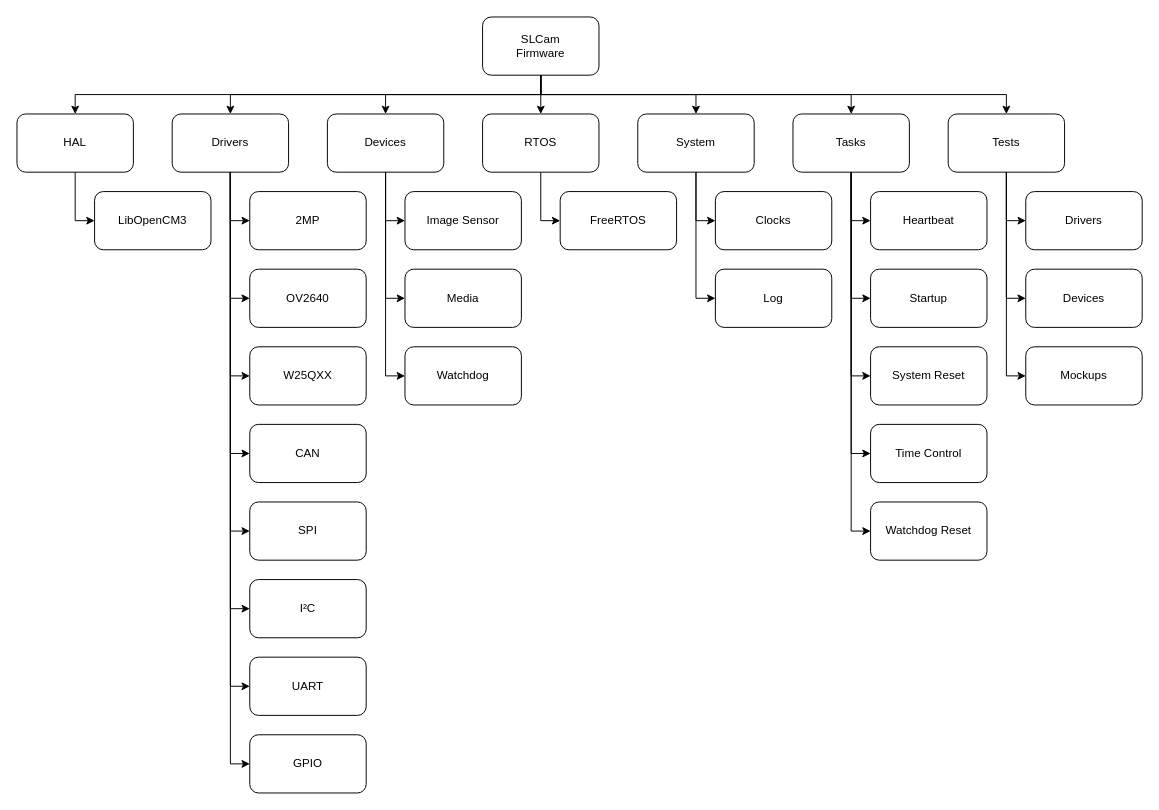
Before: docs/user_manual/img/product-tree-fw.drawio in PedroFerrariBarbosa202/slcam, a draw.io diagram. Source tidied: cells renumbered, new cells numbered last; positions are measured from the earlier drawing's top-left corner, leaving out a move shared by most shapes. Both pictures are drawn from the tidied source at 97%, with x=0, y=0 at pixel (16, 16).
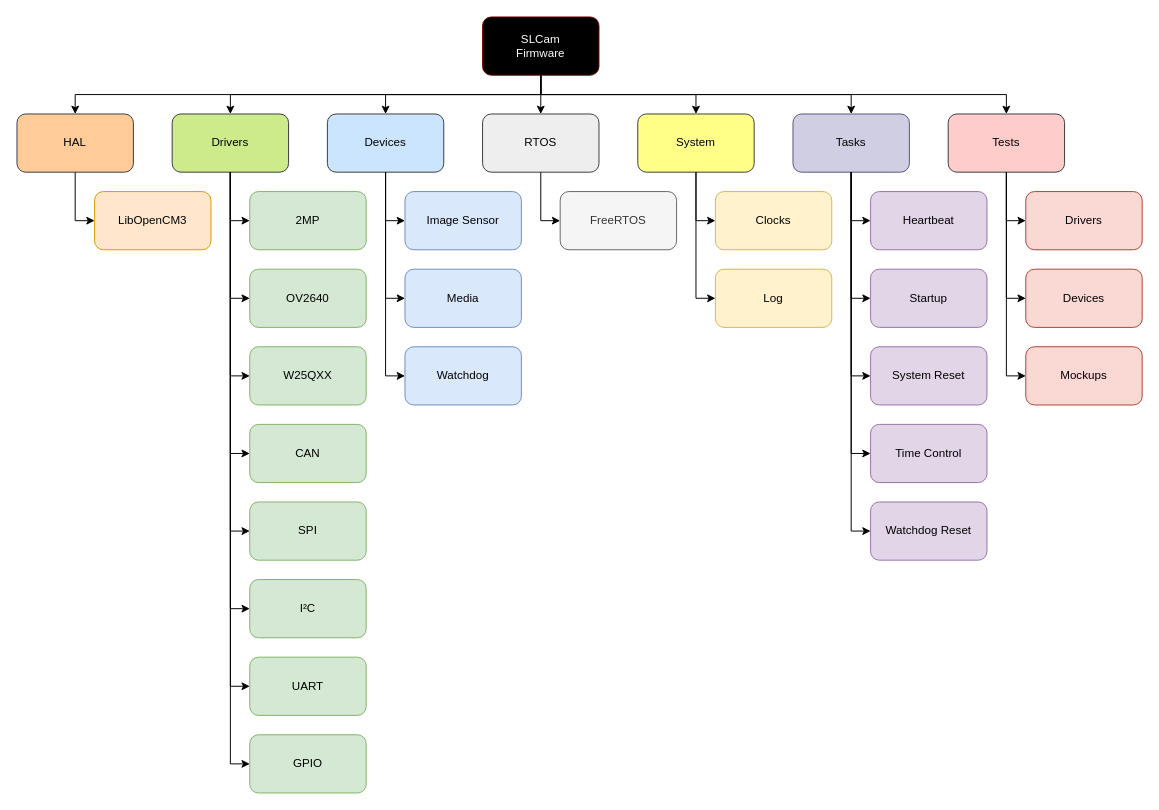
Above is the later version.

Commit message (it also covers changes not shown here):
docs: user_manual: Improving the description of the firmware project

Change to the diagram source:
```diff
@@
-    <mxCell id="2" value="SLCam&lt;div&gt;Firmware&lt;/div&gt;" style="rounded=1;whiteSpace=wrap;html=1;fillColor=none;" parent="1" vertex="1">
+    <mxCell id="2" value="SLCam&lt;div&gt;Firmware&lt;/div&gt;" style="rounded=1;whiteSpace=wrap;html=1;fillColor=light-dark(#000000, #ffadcd);fontColor=#ffffff;strokeColor=#6F0000;" parent="1" vertex="1">
       <mxGeometry x="480" width="120" height="60" as="geometry" />
     </mxCell>
-    <mxCell id="3" value="HAL" style="rounded=1;whiteSpace=wrap;html=1;fillColor=none;" parent="1" vertex="1">
+    <mxCell id="3" value="HAL" style="rounded=1;whiteSpace=wrap;html=1;fillColor=#ffcc99;strokeColor=#36393d;" parent="1" vertex="1">
       <mxGeometry y="100" width="120" height="60" as="geometry" />
     </mxCell>
-    <mxCell id="4" value="Drivers" style="rounded=1;whiteSpace=wrap;html=1;fillColor=none;" parent="1" vertex="1">
+    <mxCell id="4" value="Drivers" style="rounded=1;whiteSpace=wrap;html=1;fillColor=#cdeb8b;strokeColor=#36393d;" parent="1" vertex="1">
       <mxGeometry x="160" y="100" width="120" height="60" as="geometry" />
     </mxCell>
-    <mxCell id="5" value="Devices" style="rounded=1;whiteSpace=wrap;html=1;fillColor=none;" parent="1" vertex="1">
+    <mxCell id="5" value="Devices" style="rounded=1;whiteSpace=wrap;html=1;fillColor=#cce5ff;strokeColor=#36393d;" parent="1" vertex="1">
       <mxGeometry x="320" y="100" width="120" height="60" as="geometry" />
     </mxCell>
-    <mxCell id="6" value="RTOS" style="rounded=1;whiteSpace=wrap;html=1;fillColor=none;" parent="1" vertex="1">
+    <mxCell id="6" value="RTOS" style="rounded=1;whiteSpace=wrap;html=1;fillColor=#eeeeee;strokeColor=#36393d;" parent="1" vertex="1">
       <mxGeometry x="480" y="100" width="120" height="60" as="geometry" />
     </mxCell>
-    <mxCell id="7" value="LibOpenCM3" style="rounded=1;whiteSpace=wrap;html=1;fillColor=none;" parent="1" vertex="1">
+    <mxCell id="7" value="LibOpenCM3" style="rounded=1;whiteSpace=wrap;html=1;fillColor=#ffe6cc;strokeColor=#d79b00;" parent="1" vertex="1">
       <mxGeometry x="80" y="180" width="120" height="60" as="geometry" />
     </mxCell>
@@
-    <mxCell id="10" value="2MP" style="rounded=1;whiteSpace=wrap;html=1;fillColor=none;" parent="1" vertex="1">
+    <mxCell id="10" value="2MP" style="rounded=1;whiteSpace=wrap;html=1;fillColor=#d5e8d4;strokeColor=#82b366;" parent="1" vertex="1">
       <mxGeometry x="240" y="180" width="120" height="60" as="geometry" />
     </mxCell>
-    <mxCell id="11" value="System" style="rounded=1;whiteSpace=wrap;html=1;fillColor=none;" parent="1" vertex="1">
+    <mxCell id="11" value="System" style="rounded=1;whiteSpace=wrap;html=1;fillColor=#ffff88;strokeColor=#36393d;" parent="1" vertex="1">
       <mxGeometry x="640" y="100" width="120" height="60" as="geometry" />
     </mxCell>
-    <mxCell id="12" value="Image Sensor" style="rounded=1;whiteSpace=wrap;html=1;fillColor=none;" parent="1" vertex="1">
+    <mxCell id="12" value="Image Sensor" style="rounded=1;whiteSpace=wrap;html=1;fillColor=#dae8fc;strokeColor=#6c8ebf;" parent="1" vertex="1">
       <mxGeometry x="400" y="180" width="120" height="60" as="geometry" />
     </mxCell>
-    <mxCell id="13" value="Media" style="rounded=1;whiteSpace=wrap;html=1;fillColor=none;" parent="1" vertex="1">
+    <mxCell id="13" value="Media" style="rounded=1;whiteSpace=wrap;html=1;fillColor=#dae8fc;strokeColor=#6c8ebf;" parent="1" vertex="1">
       <mxGeometry x="400" y="260" width="120" height="60" as="geometry" />
     </mxCell>
-    <mxCell id="14" value="FreeRTOS" style="rounded=1;whiteSpace=wrap;html=1;fillColor=none;" parent="1" vertex="1">
+    <mxCell id="14" value="FreeRTOS" style="rounded=1;whiteSpace=wrap;html=1;fillColor=#f5f5f5;fontColor=#333333;strokeColor=#666666;" parent="1" vertex="1">
       <mxGeometry x="560" y="180" width="120" height="60" as="geometry" />
     </mxCell>
-    <mxCell id="15" value="OV2640" style="rounded=1;whiteSpace=wrap;html=1;fillColor=none;" parent="1" vertex="1">
+    <mxCell id="15" value="OV2640" style="rounded=1;whiteSpace=wrap;html=1;fillColor=#d5e8d4;strokeColor=#82b366;" parent="1" vertex="1">
       <mxGeometry x="240" y="260" width="120" height="60" as="geometry" />
     </mxCell>
-    <mxCell id="16" value="W25QXX" style="rounded=1;whiteSpace=wrap;html=1;fillColor=none;" parent="1" vertex="1">
+    <mxCell id="16" value="W25QXX" style="rounded=1;whiteSpace=wrap;html=1;fillColor=#d5e8d4;strokeColor=#82b366;" parent="1" vertex="1">
       <mxGeometry x="240" y="340" width="120" height="60" as="geometry" />
     </mxCell>
-    <mxCell id="17" value="CAN" style="rounded=1;whiteSpace=wrap;html=1;fillColor=none;" parent="1" vertex="1">
+    <mxCell id="17" value="CAN" style="rounded=1;whiteSpace=wrap;html=1;fillColor=#d5e8d4;strokeColor=#82b366;" parent="1" vertex="1">
       <mxGeometry x="240" y="420" width="120" height="60" as="geometry" />
     </mxCell>
@@
-    <mxCell id="26" value="Clocks" style="rounded=1;whiteSpace=wrap;html=1;fillColor=none;" parent="1" vertex="1">
+    <mxCell id="26" value="Clocks" style="rounded=1;whiteSpace=wrap;html=1;fillColor=#fff2cc;strokeColor=#d6b656;" parent="1" vertex="1">
       <mxGeometry x="720" y="180" width="120" height="60" as="geometry" />
     </mxCell>
@@
-    <mxCell id="28" value="Log" style="rounded=1;whiteSpace=wrap;html=1;fillColor=none;" parent="1" vertex="1">
+    <mxCell id="28" value="Log" style="rounded=1;whiteSpace=wrap;html=1;fillColor=#fff2cc;strokeColor=#d6b656;" parent="1" vertex="1">
       <mxGeometry x="720" y="260" width="120" height="60" as="geometry" />
     </mxCell>
@@
-    <mxCell id="30" value="Tasks" style="rounded=1;whiteSpace=wrap;html=1;fillColor=none;" parent="1" vertex="1">
+    <mxCell id="30" value="Tasks" style="rounded=1;whiteSpace=wrap;html=1;fillColor=#d0cee2;strokeColor=#56517e;" parent="1" vertex="1">
       <mxGeometry x="800" y="100" width="120" height="60" as="geometry" />
     </mxCell>
-    <mxCell id="31" value="Tests" style="rounded=1;whiteSpace=wrap;html=1;fillColor=none;" parent="1" vertex="1">
+    <mxCell id="31" value="Tests" style="rounded=1;whiteSpace=wrap;html=1;fillColor=#ffcccc;strokeColor=#36393d;" parent="1" vertex="1">
       <mxGeometry x="960" y="100" width="120" height="60" as="geometry" />
     </mxCell>
@@
-    <mxCell id="37" value="Heartbeat" style="rounded=1;whiteSpace=wrap;html=1;fillColor=none;" parent="1" vertex="1">
+    <mxCell id="37" value="Heartbeat" style="rounded=1;whiteSpace=wrap;html=1;fillColor=#e1d5e7;strokeColor=#9673a6;" parent="1" vertex="1">
       <mxGeometry x="880" y="180" width="120" height="60" as="geometry" />
     </mxCell>
-    <mxCell id="38" value="Drivers" style="rounded=1;whiteSpace=wrap;html=1;fillColor=none;" parent="1" vertex="1">
+    <mxCell id="38" value="Drivers" style="rounded=1;whiteSpace=wrap;html=1;fillColor=#fad9d5;strokeColor=#ae4132;" parent="1" vertex="1">
       <mxGeometry x="1040" y="180" width="120" height="60" as="geometry" />
     </mxCell>
@@
-    <mxCell id="41" value="Devices" style="rounded=1;whiteSpace=wrap;html=1;fillColor=none;" parent="1" vertex="1">
+    <mxCell id="41" value="Devices" style="rounded=1;whiteSpace=wrap;html=1;fillColor=#fad9d5;strokeColor=#ae4132;" parent="1" vertex="1">
       <mxGeometry x="1040" y="260" width="120" height="60" as="geometry" />
     </mxCell>
-    <mxCell id="42" value="Mockups" style="rounded=1;whiteSpace=wrap;html=1;fillColor=none;" parent="1" vertex="1">
+    <mxCell id="42" value="Mockups" style="rounded=1;whiteSpace=wrap;html=1;fillColor=#fad9d5;strokeColor=#ae4132;" parent="1" vertex="1">
       <mxGeometry x="1040" y="340" width="120" height="60" as="geometry" />
     </mxCell>
@@
-    <mxCell id="45" value="Startup" style="rounded=1;whiteSpace=wrap;html=1;fillColor=none;" parent="1" vertex="1">
+    <mxCell id="45" value="Startup" style="rounded=1;whiteSpace=wrap;html=1;fillColor=#e1d5e7;strokeColor=#9673a6;" parent="1" vertex="1">
       <mxGeometry x="880" y="260" width="120" height="60" as="geometry" />
     </mxCell>
@@
-    <mxCell id="47" value="System Reset" style="rounded=1;whiteSpace=wrap;html=1;fillColor=none;" parent="1" vertex="1">
+    <mxCell id="47" value="System Reset" style="rounded=1;whiteSpace=wrap;html=1;fillColor=#e1d5e7;strokeColor=#9673a6;" parent="1" vertex="1">
       <mxGeometry x="880" y="340" width="120" height="60" as="geometry" />
     </mxCell>
-    <mxCell id="48" value="Time Control" style="rounded=1;whiteSpace=wrap;html=1;fillColor=none;" parent="1" vertex="1">
+    <mxCell id="48" value="Time Control" style="rounded=1;whiteSpace=wrap;html=1;fillColor=#e1d5e7;strokeColor=#9673a6;" parent="1" vertex="1">
       <mxGeometry x="880" y="420" width="120" height="60" as="geometry" />
     </mxCell>
-    <mxCell id="49" value="Watchdog Reset" style="rounded=1;whiteSpace=wrap;html=1;fillColor=none;" parent="1" vertex="1">
+    <mxCell id="49" value="Watchdog Reset" style="rounded=1;whiteSpace=wrap;html=1;fillColor=#e1d5e7;strokeColor=#9673a6;" parent="1" vertex="1">
       <mxGeometry x="880" y="500" width="120" height="60" as="geometry" />
     </mxCell>
@@
-    <mxCell id="53" value="Watchdog" style="rounded=1;whiteSpace=wrap;html=1;fillColor=none;" parent="1" vertex="1">
+    <mxCell id="53" value="Watchdog" style="rounded=1;whiteSpace=wrap;html=1;fillColor=#dae8fc;strokeColor=#6c8ebf;" parent="1" vertex="1">
       <mxGeometry x="400" y="340" width="120" height="60" as="geometry" />
     </mxCell>
@@
-    <mxCell id="55" value="SPI" style="rounded=1;whiteSpace=wrap;html=1;fillColor=none;" parent="1" vertex="1">
+    <mxCell id="55" value="SPI" style="rounded=1;whiteSpace=wrap;html=1;fillColor=#d5e8d4;strokeColor=#82b366;" parent="1" vertex="1">
       <mxGeometry x="240" y="500" width="120" height="60" as="geometry" />
     </mxCell>
-    <mxCell id="56" value="I²C" style="rounded=1;whiteSpace=wrap;html=1;fillColor=none;" parent="1" vertex="1">
+    <mxCell id="56" value="I²C" style="rounded=1;whiteSpace=wrap;html=1;fillColor=#d5e8d4;strokeColor=#82b366;" parent="1" vertex="1">
       <mxGeometry x="240" y="580" width="120" height="60" as="geometry" />
     </mxCell>
-    <mxCell id="57" value="UART" style="rounded=1;whiteSpace=wrap;html=1;fillColor=none;" parent="1" vertex="1">
+    <mxCell id="57" value="UART" style="rounded=1;whiteSpace=wrap;html=1;fillColor=#d5e8d4;strokeColor=#82b366;" parent="1" vertex="1">
       <mxGeometry x="240" y="660" width="120" height="60" as="geometry" />
     </mxCell>
-    <mxCell id="58" value="GPIO" style="rounded=1;whiteSpace=wrap;html=1;fillColor=none;" parent="1" vertex="1">
+    <mxCell id="58" value="GPIO" style="rounded=1;whiteSpace=wrap;html=1;fillColor=#d5e8d4;strokeColor=#82b366;" parent="1" vertex="1">
       <mxGeometry x="240" y="740" width="120" height="60" as="geometry" />
     </mxCell>
```
